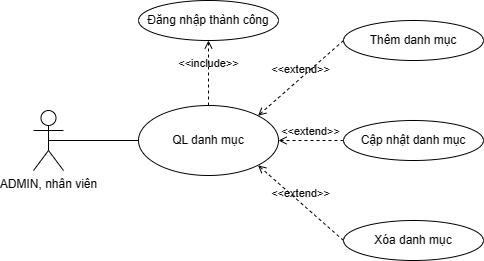
Earlier version of the draw.io export UC/imgs/UC_QUANLYDANHMUC.drawio.png (hieuNV0871/da). Source tidied: cells renumbered, new cells last; positions are measured from the earlier drawing's top-left corner, leaving out a move shared by most shapes.
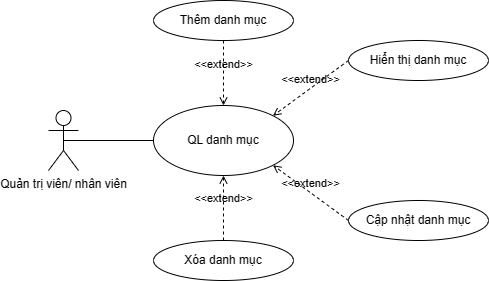
The same diagram one commit later.

What changed in the source:
```diff
@@ -2,38 +2,38 @@
   <root>
     <mxCell id="0" />
     <mxCell id="1" parent="0" />
-    <mxCell id="2" value="ADMIN, nhân viên" style="shape=umlActor;verticalLabelPosition=bottom;verticalAlign=top;html=1;" parent="1" vertex="1">
+    <mxCell id="2" value="Quản trị viên/ nhân viên" style="shape=umlActor;verticalLabelPosition=bottom;verticalAlign=top;html=1;" parent="1" vertex="1">
       <mxGeometry y="110" width="30" height="60" as="geometry" />
     </mxCell>
     <mxCell id="3" value="QL danh mục" style="ellipse;whiteSpace=wrap;html=1;" parent="1" vertex="1">
       <mxGeometry x="105" y="105" width="140" height="70" as="geometry" />
     </mxCell>
-    <mxCell id="4" value="Đăng nhập thành công" style="ellipse;whiteSpace=wrap;html=1;" parent="1" vertex="1">
-      <mxGeometry x="105" width="140" height="40" as="geometry" />
-    </mxCell>
     <mxCell id="5" value="Thêm danh mục" style="ellipse;whiteSpace=wrap;html=1;" parent="1" vertex="1">
-      <mxGeometry x="310" y="20" width="140" height="40" as="geometry" />
+      <mxGeometry x="105" width="140" height="40" as="geometry" />
     </mxCell>
     <mxCell id="6" value="Xóa danh mục" style="ellipse;whiteSpace=wrap;html=1;" parent="1" vertex="1">
-      <mxGeometry x="310" y="220" width="140" height="40" as="geometry" />
+      <mxGeometry x="105" y="240" width="140" height="40" as="geometry" />
     </mxCell>
     <mxCell id="7" value="Cập nhật danh mục" style="ellipse;whiteSpace=wrap;html=1;" parent="1" vertex="1">
-      <mxGeometry x="310" y="120" width="140" height="40" as="geometry" />
+      <mxGeometry x="300" y="200" width="140" height="40" as="geometry" />
     </mxCell>
-    <mxCell id="8" value="&amp;lt;&amp;lt;extend&amp;gt;&amp;gt;" style="html=1;verticalAlign=bottom;labelBackgroundColor=none;endArrow=open;endFill=0;dashed=1;rounded=0;entryX=1;entryY=0;entryDx=0;entryDy=0;exitX=0;exitY=0.5;exitDx=0;exitDy=0;" parent="1" edge="1" source="5" target="3">
+    <mxCell id="8" value="&amp;lt;&amp;lt;extend&amp;gt;&amp;gt;" style="html=1;verticalAlign=bottom;labelBackgroundColor=none;endArrow=open;endFill=0;dashed=1;rounded=0;entryX=0.5;entryY=0;entryDx=0;entryDy=0;exitX=0.5;exitY=1;exitDx=0;exitDy=0;" parent="1" edge="1" source="5" target="3">
       <mxGeometry relative="1" as="geometry" />
     </mxCell>
-    <mxCell id="9" value="&amp;lt;&amp;lt;extend&amp;gt;&amp;gt;" style="html=1;verticalAlign=bottom;labelBackgroundColor=none;endArrow=open;endFill=0;dashed=1;rounded=0;entryX=1;entryY=0.5;entryDx=0;entryDy=0;exitX=0;exitY=0.5;exitDx=0;exitDy=0;" parent="1" edge="1" source="7" target="3">
+    <mxCell id="9" value="&amp;lt;&amp;lt;extend&amp;gt;&amp;gt;" style="html=1;verticalAlign=bottom;labelBackgroundColor=none;endArrow=open;endFill=0;dashed=1;rounded=0;entryX=1;entryY=1;entryDx=0;entryDy=0;exitX=0;exitY=0.5;exitDx=0;exitDy=0;" parent="1" edge="1" source="7" target="3">
       <mxGeometry relative="1" as="geometry" />
     </mxCell>
-    <mxCell id="10" value="&amp;lt;&amp;lt;extend&amp;gt;&amp;gt;" style="html=1;verticalAlign=bottom;labelBackgroundColor=none;endArrow=open;endFill=0;dashed=1;rounded=0;entryX=1;entryY=1;entryDx=0;entryDy=0;exitX=0;exitY=0.5;exitDx=0;exitDy=0;" parent="1" edge="1" source="6" target="3">
+    <mxCell id="10" value="&amp;lt;&amp;lt;extend&amp;gt;&amp;gt;" style="html=1;verticalAlign=bottom;labelBackgroundColor=none;endArrow=open;endFill=0;dashed=1;rounded=0;entryX=0.5;entryY=1;entryDx=0;entryDy=0;exitX=0.5;exitY=0;exitDx=0;exitDy=0;" parent="1" edge="1" source="6" target="3">
       <mxGeometry relative="1" as="geometry" />
     </mxCell>
-    <mxCell id="11" value="&amp;lt;&amp;lt;include&amp;gt;&amp;gt;" style="html=1;verticalAlign=bottom;labelBackgroundColor=none;endArrow=open;endFill=0;dashed=1;rounded=0;exitX=0.5;exitY=0;exitDx=0;exitDy=0;entryX=0.5;entryY=1;entryDx=0;entryDy=0;" parent="1" edge="1" source="3" target="4">
-      <mxGeometry relative="1" as="geometry" />
-    </mxCell>
     <mxCell id="12" style="endArrow=none;html=1;rounded=0;exitX=0.5;exitY=0.5;exitDx=0;exitDy=0;exitPerimeter=0;entryX=0;entryY=0.5;entryDx=0;entryDy=0;" parent="1" edge="1" source="2" target="3">
       <mxGeometry relative="1" as="geometry" />
     </mxCell>
+    <mxCell id="13" value="Hiển thị danh mục" style="ellipse;whiteSpace=wrap;html=1;" parent="1" vertex="1">
+      <mxGeometry x="300" y="40" width="140" height="40" as="geometry" />
+    </mxCell>
+    <mxCell id="14" value="&amp;lt;&amp;lt;extend&amp;gt;&amp;gt;" style="html=1;verticalAlign=bottom;labelBackgroundColor=none;endArrow=open;endFill=0;dashed=1;rounded=0;entryX=1;entryY=0;entryDx=0;entryDy=0;exitX=0;exitY=0.5;exitDx=0;exitDy=0;" parent="1" edge="1" source="13" target="3">
+      <mxGeometry relative="1" as="geometry" />
+    </mxCell>
   </root>
 </mxGraphModel>
```
